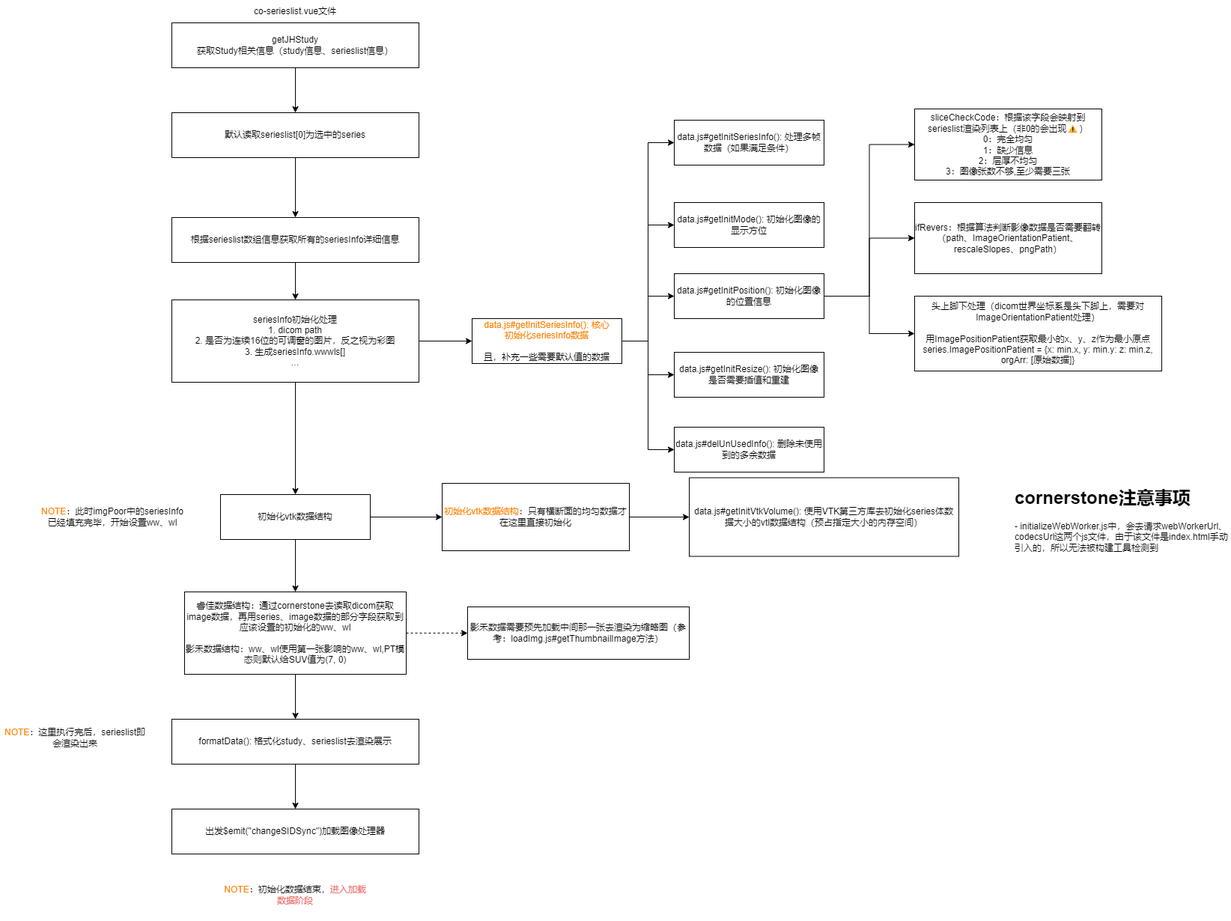
The draw.io diagram viewer数据流.drawio.png in JYbill/draw, before a commit. Source tidied: cells renumbered, new cells last; positions are measured from the earlier drawing's top-left corner, leaving out a move shared by most shapes.
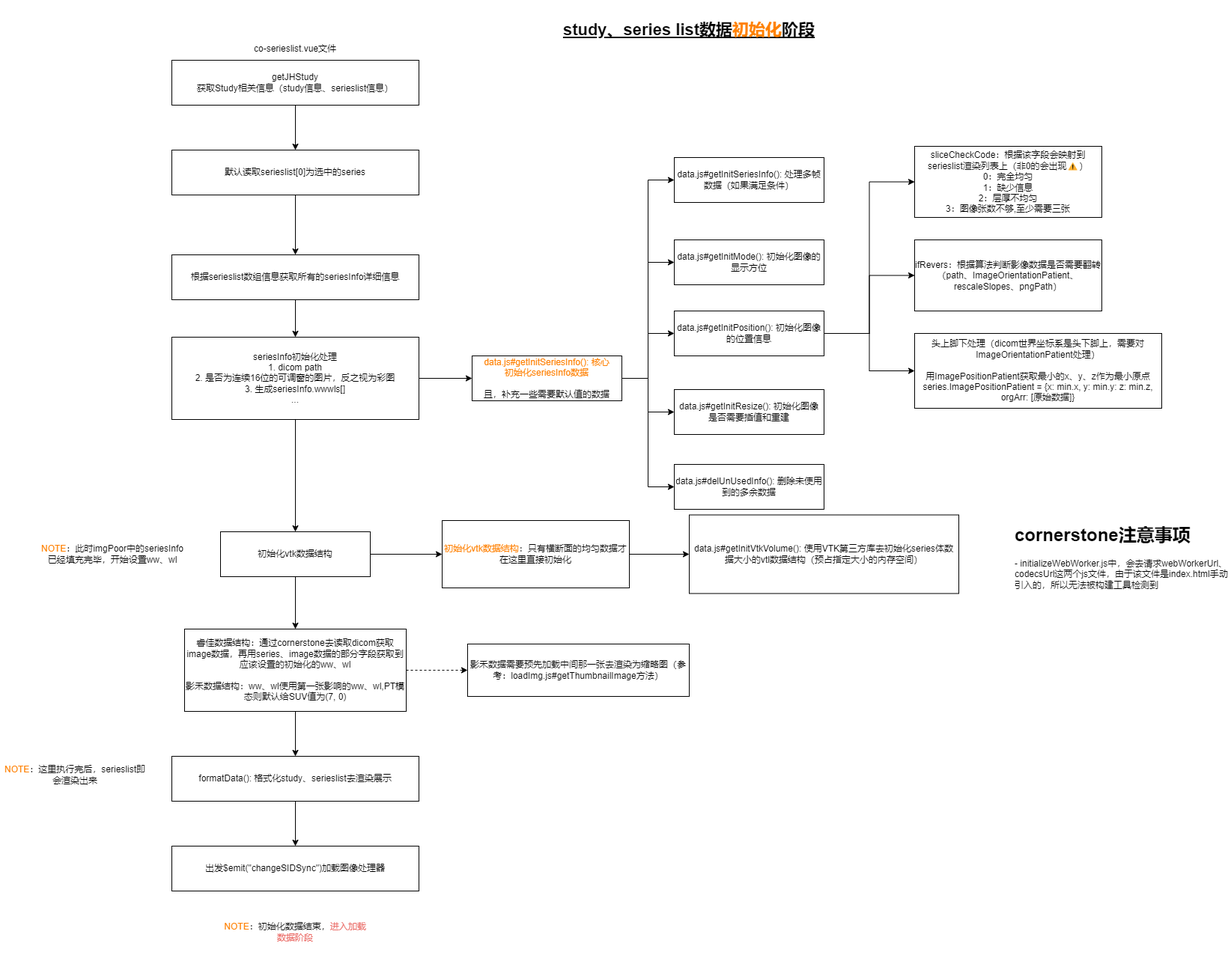
Later version of the same file.

Commit message:
更新viewer数据流.drawio.png

Diff of the diagram source:
```diff
@@ -134,5 +134,8 @@
     <mxCell id="45" value="&lt;font color=&quot;#ff8000&quot;&gt;NOTE&lt;/font&gt;：初始化数据结束，&lt;font color=&quot;#ea6b66&quot;&gt;进入加载数据阶段&lt;/font&gt;" style="text;html=1;align=center;verticalAlign=middle;whiteSpace=wrap;rounded=0;" parent="1" vertex="1">
       <mxGeometry x="294" y="1160" width="200" height="70" as="geometry" />
     </mxCell>
+    <mxCell id="46" value="study、series list数据&lt;font color=&quot;#ff8000&quot;&gt;初始化&lt;/font&gt;阶段" style="text;html=1;align=center;verticalAlign=middle;whiteSpace=wrap;rounded=0;fontSize=22;fontStyle=5;" parent="1" vertex="1">
+      <mxGeometry x="700" y="-50" width="440" height="80" as="geometry" />
+    </mxCell>
   </root>
 </mxGraphModel>
```
